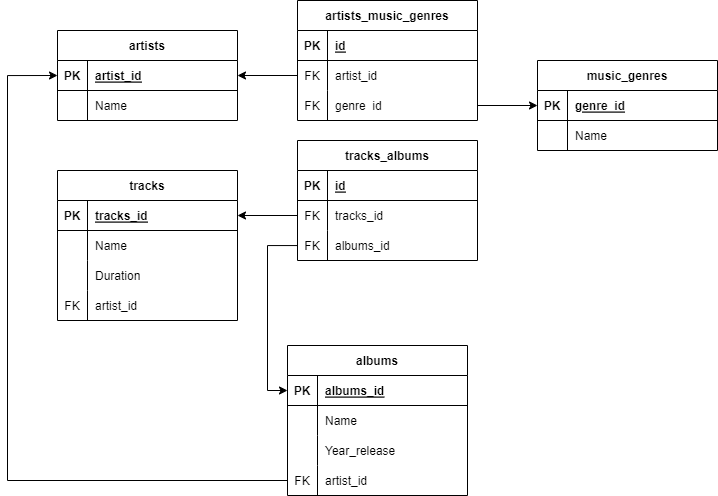
Above: database.png in IvanKravz/DataBase (draw.io), before the change. Source tidied: cells renumbered, new cells last; positions are measured from the earlier drawing's top-left corner, leaving out a move shared by most shapes.
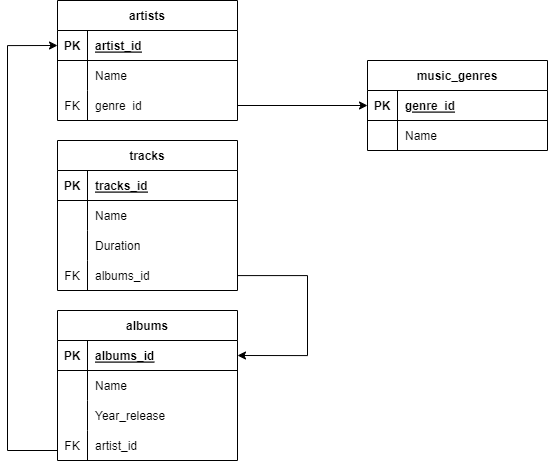
Later version of the same file.

Commit message:
Cheange database

The edit, as a diff of the source:
```diff
@@ -3,7 +3,7 @@
     <mxCell id="0" />
     <mxCell id="1" parent="0" />
     <mxCell id="2" value="music_genres" style="shape=table;startSize=30;rowLines=0;fontStyle=1;align=center;" parent="1" vertex="1">
-      <mxGeometry x="530" y="60" width="180" height="90" as="geometry" />
+      <mxGeometry x="433" y="95" width="180" height="90" as="geometry" />
     </mxCell>
     <mxCell id="3" style="shape=tableRow;horizontal=0;startSize=0;swimlaneHead=0;swimlaneBody=0;fillColor=none;points=[[0,0.5],[1,0.5]];portConstraint=eastwest;top=0;left=0;right=0;bottom=1;" parent="2" vertex="1">
       <mxGeometry y="30" width="180" height="30" as="geometry" />
@@ -24,7 +24,7 @@
       <mxGeometry x="30" width="150" height="30" as="geometry" />
     </mxCell>
     <mxCell id="9" value="artists" style="shape=table;startSize=30;rowLines=0;fontStyle=1;align=center;" parent="1" vertex="1">
-      <mxGeometry x="50" y="30" width="180" height="90" as="geometry" />
+      <mxGeometry x="123" y="35" width="180" height="120" as="geometry" />
     </mxCell>
     <mxCell id="10" style="shape=tableRow;horizontal=0;startSize=0;swimlaneHead=0;swimlaneBody=0;fillColor=none;points=[[0,0.5],[1,0.5]];portConstraint=eastwest;top=0;left=0;right=0;bottom=1;" parent="9" vertex="1">
       <mxGeometry y="30" width="180" height="30" as="geometry" />
@@ -44,8 +44,17 @@
     <mxCell id="15" value="Name" style="shape=partialRectangle;fillColor=none;top=0;left=0;bottom=0;right=0;align=left;spacingLeft=6;overflow=hidden;" parent="13" vertex="1">
       <mxGeometry x="30" width="150" height="30" as="geometry" />
     </mxCell>
+    <mxCell id="67" style="shape=tableRow;horizontal=0;startSize=0;swimlaneHead=0;swimlaneBody=0;fillColor=none;points=[[0,0.5],[1,0.5]];portConstraint=eastwest;top=0;left=0;right=0;bottom=0;" parent="9" vertex="1">
+      <mxGeometry y="90" width="180" height="30" as="geometry" />
+    </mxCell>
+    <mxCell id="68" value="FK" style="shape=partialRectangle;fillColor=none;top=0;left=0;bottom=0;right=0;overflow=hidden;" parent="67" vertex="1">
+      <mxGeometry width="30" height="30" as="geometry" />
+    </mxCell>
+    <mxCell id="51" value="genre  id" style="shape=partialRectangle;fillColor=none;top=0;left=0;bottom=0;right=0;align=left;spacingLeft=6;overflow=hidden;" parent="67" vertex="1">
+      <mxGeometry x="30" width="150" height="30" as="geometry" />
+    </mxCell>
     <mxCell id="16" value="albums" style="shape=table;startSize=30;rowLines=0;fontStyle=1;align=center;" parent="1" vertex="1">
-      <mxGeometry x="280" y="345" width="180" height="150" as="geometry" />
+      <mxGeometry x="123" y="345" width="180" height="150" as="geometry" />
     </mxCell>
     <mxCell id="17" style="shape=tableRow;horizontal=0;startSize=0;swimlaneHead=0;swimlaneBody=0;fillColor=none;points=[[0,0.5],[1,0.5]];portConstraint=eastwest;top=0;left=0;right=0;bottom=1;" parent="16" vertex="1">
       <mxGeometry y="30" width="180" height="30" as="geometry" />
@@ -84,7 +93,7 @@
       <mxGeometry x="30" width="150" height="30" as="geometry" />
     </mxCell>
     <mxCell id="29" value="tracks" style="shape=table;startSize=30;rowLines=0;fontStyle=1;align=center;" parent="1" vertex="1">
-      <mxGeometry x="50" y="170" width="180" height="150" as="geometry" />
+      <mxGeometry x="123" y="175" width="180" height="150" as="geometry" />
     </mxCell>
     <mxCell id="30" style="shape=tableRow;horizontal=0;startSize=0;swimlaneHead=0;swimlaneBody=0;fillColor=none;points=[[0,0.5],[1,0.5]];portConstraint=eastwest;top=0;left=0;right=0;bottom=1;" parent="29" vertex="1">
       <mxGeometry y="30" width="180" height="30" as="geometry" />
@@ -119,88 +128,27 @@
     <mxCell id="40" value="FK" style="shape=partialRectangle;fillColor=none;top=0;left=0;bottom=0;right=0;overflow=hidden;" parent="39" vertex="1">
       <mxGeometry width="30" height="30" as="geometry" />
     </mxCell>
-    <mxCell id="41" value="artist_id" style="shape=partialRectangle;fillColor=none;top=0;left=0;bottom=0;right=0;align=left;spacingLeft=6;overflow=hidden;" parent="39" vertex="1">
+    <mxCell id="41" value="albums_id" style="shape=partialRectangle;fillColor=none;top=0;left=0;bottom=0;right=0;align=left;spacingLeft=6;overflow=hidden;" parent="39" vertex="1">
       <mxGeometry x="30" width="150" height="30" as="geometry" />
     </mxCell>
-    <mxCell id="42" value="artists_music_genres" style="shape=table;startSize=30;rowLines=0;fontStyle=1;align=center;fontSize=12;" parent="1" vertex="1">
-      <mxGeometry x="290" width="180" height="120" as="geometry" />
-    </mxCell>
-    <mxCell id="43" style="shape=tableRow;horizontal=0;startSize=0;swimlaneHead=0;swimlaneBody=0;fillColor=none;top=0;left=0;right=0;bottom=1;fontSize=12;" parent="42" vertex="1">
-      <mxGeometry y="30" width="180" height="30" as="geometry" />
-    </mxCell>
-    <mxCell id="44" value="PK" style="shape=partialRectangle;fillColor=none;top=0;left=0;bottom=0;right=0;fontStyle=1;overflow=hidden;fontSize=12;" parent="43" vertex="1">
-      <mxGeometry width="30" height="30" as="geometry" />
-    </mxCell>
-    <mxCell id="45" value="id" style="shape=partialRectangle;fillColor=none;top=0;left=0;bottom=0;right=0;align=left;spacingLeft=6;fontStyle=5;overflow=hidden;fontSize=12;" parent="43" vertex="1">
-      <mxGeometry x="30" width="150" height="30" as="geometry" />
-    </mxCell>
-    <mxCell id="46" style="shape=tableRow;horizontal=0;startSize=0;swimlaneHead=0;swimlaneBody=0;fillColor=none;points=[[0,0.5],[1,0.5]];portConstraint=eastwest;top=0;left=0;right=0;bottom=0;fontSize=12;" parent="42" vertex="1">
-      <mxGeometry y="60" width="180" height="30" as="geometry" />
-    </mxCell>
-    <mxCell id="47" value="FK" style="shape=partialRectangle;fillColor=none;top=0;left=0;bottom=0;right=0;overflow=hidden;fontSize=12;" parent="46" vertex="1">
-      <mxGeometry width="30" height="30" as="geometry" />
-    </mxCell>
-    <mxCell id="48" value="artist_id" style="shape=partialRectangle;fillColor=none;top=0;left=0;bottom=0;right=0;align=left;spacingLeft=6;overflow=hidden;fontSize=12;" parent="46" vertex="1">
-      <mxGeometry x="30" width="150" height="30" as="geometry" />
-    </mxCell>
-    <mxCell id="49" style="shape=tableRow;horizontal=0;startSize=0;swimlaneHead=0;swimlaneBody=0;fillColor=none;points=[[0,0.5],[1,0.5]];portConstraint=eastwest;top=0;left=0;right=0;bottom=0;fontSize=12;" parent="42" vertex="1">
-      <mxGeometry y="90" width="180" height="30" as="geometry" />
-    </mxCell>
-    <mxCell id="50" value="FK" style="shape=partialRectangle;fillColor=none;top=0;left=0;bottom=0;right=0;overflow=hidden;fontSize=12;" parent="49" vertex="1">
-      <mxGeometry width="30" height="30" as="geometry" />
-    </mxCell>
-    <mxCell id="51" value="genre  id" style="shape=partialRectangle;fillColor=none;top=0;left=0;bottom=0;right=0;align=left;spacingLeft=6;overflow=hidden;fontSize=12;" parent="49" vertex="1">
-      <mxGeometry x="30" width="150" height="30" as="geometry" />
-    </mxCell>
-    <mxCell id="52" style="edgeStyle=orthogonalEdgeStyle;rounded=0;jettySize=auto;html=1;entryX=1;entryY=0.5;entryDx=0;entryDy=0;fontSize=12;" parent="1" edge="1" source="46" target="10">
-      <mxGeometry relative="1" as="geometry" />
-    </mxCell>
-    <mxCell id="53" style="edgeStyle=orthogonalEdgeStyle;rounded=0;jettySize=auto;html=1;entryX=0;entryY=0.5;entryDx=0;entryDy=0;fontSize=12;" parent="1" edge="1" source="49" target="3">
-      <mxGeometry relative="1" as="geometry" />
-    </mxCell>
-    <mxCell id="54" value="tracks_albums" style="shape=table;startSize=30;rowLines=0;fontStyle=1;align=center;fontSize=12;" parent="1" vertex="1">
-      <mxGeometry x="290" y="140" width="180" height="120" as="geometry" />
-    </mxCell>
-    <mxCell id="55" style="shape=tableRow;horizontal=0;startSize=0;swimlaneHead=0;swimlaneBody=0;fillColor=none;top=0;left=0;right=0;bottom=1;fontSize=12;" parent="54" vertex="1">
-      <mxGeometry y="30" width="180" height="30" as="geometry" />
-    </mxCell>
-    <mxCell id="56" value="PK" style="shape=partialRectangle;fillColor=none;top=0;left=0;bottom=0;right=0;fontStyle=1;overflow=hidden;fontSize=12;" parent="55" vertex="1">
-      <mxGeometry width="30" height="30" as="geometry" />
-    </mxCell>
-    <mxCell id="57" value="id" style="shape=partialRectangle;fillColor=none;top=0;left=0;bottom=0;right=0;align=left;spacingLeft=6;fontStyle=5;overflow=hidden;fontSize=12;" parent="55" vertex="1">
-      <mxGeometry x="30" width="150" height="30" as="geometry" />
-    </mxCell>
-    <mxCell id="58" style="shape=tableRow;horizontal=0;startSize=0;swimlaneHead=0;swimlaneBody=0;fillColor=none;points=[[0,0.5],[1,0.5]];portConstraint=eastwest;top=0;left=0;right=0;bottom=0;fontSize=12;" parent="54" vertex="1">
-      <mxGeometry y="60" width="180" height="30" as="geometry" />
-    </mxCell>
-    <mxCell id="59" value="FK" style="shape=partialRectangle;fillColor=none;top=0;left=0;bottom=0;right=0;overflow=hidden;fontSize=12;" parent="58" vertex="1">
-      <mxGeometry width="30" height="30" as="geometry" />
-    </mxCell>
-    <mxCell id="60" value="tracks_id" style="shape=partialRectangle;fillColor=none;top=0;left=0;bottom=0;right=0;align=left;spacingLeft=6;overflow=hidden;fontSize=12;" parent="58" vertex="1">
-      <mxGeometry x="30" width="150" height="30" as="geometry" />
-    </mxCell>
-    <mxCell id="61" style="shape=tableRow;horizontal=0;startSize=0;swimlaneHead=0;swimlaneBody=0;fillColor=none;points=[[0,0.5],[1,0.5]];portConstraint=eastwest;top=0;left=0;right=0;bottom=0;fontSize=12;" parent="54" vertex="1">
-      <mxGeometry y="90" width="180" height="30" as="geometry" />
-    </mxCell>
-    <mxCell id="62" value="FK" style="shape=partialRectangle;fillColor=none;top=0;left=0;bottom=0;right=0;overflow=hidden;fontSize=12;" parent="61" vertex="1">
-      <mxGeometry width="30" height="30" as="geometry" />
-    </mxCell>
-    <mxCell id="63" value="albums_id" style="shape=partialRectangle;fillColor=none;top=0;left=0;bottom=0;right=0;align=left;spacingLeft=6;overflow=hidden;fontSize=12;" parent="61" vertex="1">
-      <mxGeometry x="30" width="150" height="30" as="geometry" />
-    </mxCell>
-    <mxCell id="64" style="edgeStyle=orthogonalEdgeStyle;rounded=0;jettySize=auto;html=1;entryX=1;entryY=0.5;entryDx=0;entryDy=0;fontSize=12;" parent="1" edge="1" source="58" target="30">
-      <mxGeometry relative="1" as="geometry" />
-    </mxCell>
-    <mxCell id="65" style="edgeStyle=orthogonalEdgeStyle;rounded=0;jettySize=auto;html=1;entryX=0;entryY=0.5;entryDx=0;entryDy=0;fontSize=12;" parent="1" edge="1" source="61" target="17">
-      <mxGeometry relative="1" as="geometry" />
-    </mxCell>
     <mxCell id="66" style="edgeStyle=orthogonalEdgeStyle;rounded=0;jettySize=auto;html=1;entryX=0;entryY=0.5;entryDx=0;entryDy=0;fontSize=12;" parent="1" edge="1" source="26" target="10">
       <mxGeometry relative="1" as="geometry">
         <Array as="points">
-          <mxPoint y="480" />
-          <mxPoint y="75" />
+          <mxPoint x="73" y="485" />
+          <mxPoint x="73" y="80" />
         </Array>
       </mxGeometry>
     </mxCell>
+    <mxCell id="69" style="edgeStyle=orthogonalEdgeStyle;rounded=0;jettySize=auto;html=1;entryX=0;entryY=0.5;entryDx=0;entryDy=0;" parent="1" edge="1" source="67" target="3">
+      <mxGeometry relative="1" as="geometry" />
+    </mxCell>
+    <mxCell id="70" style="edgeStyle=orthogonalEdgeStyle;rounded=0;jettySize=auto;html=1;entryX=1;entryY=0.5;entryDx=0;entryDy=0;" parent="1" edge="1" source="39" target="17">
+      <mxGeometry relative="1" as="geometry">
+        <Array as="points">
+          <mxPoint x="373" y="310" />
+          <mxPoint x="373" y="390" />
+        </Array>
+      </mxGeometry>
+    </mxCell>
   </root>
 </mxGraphModel>
```
